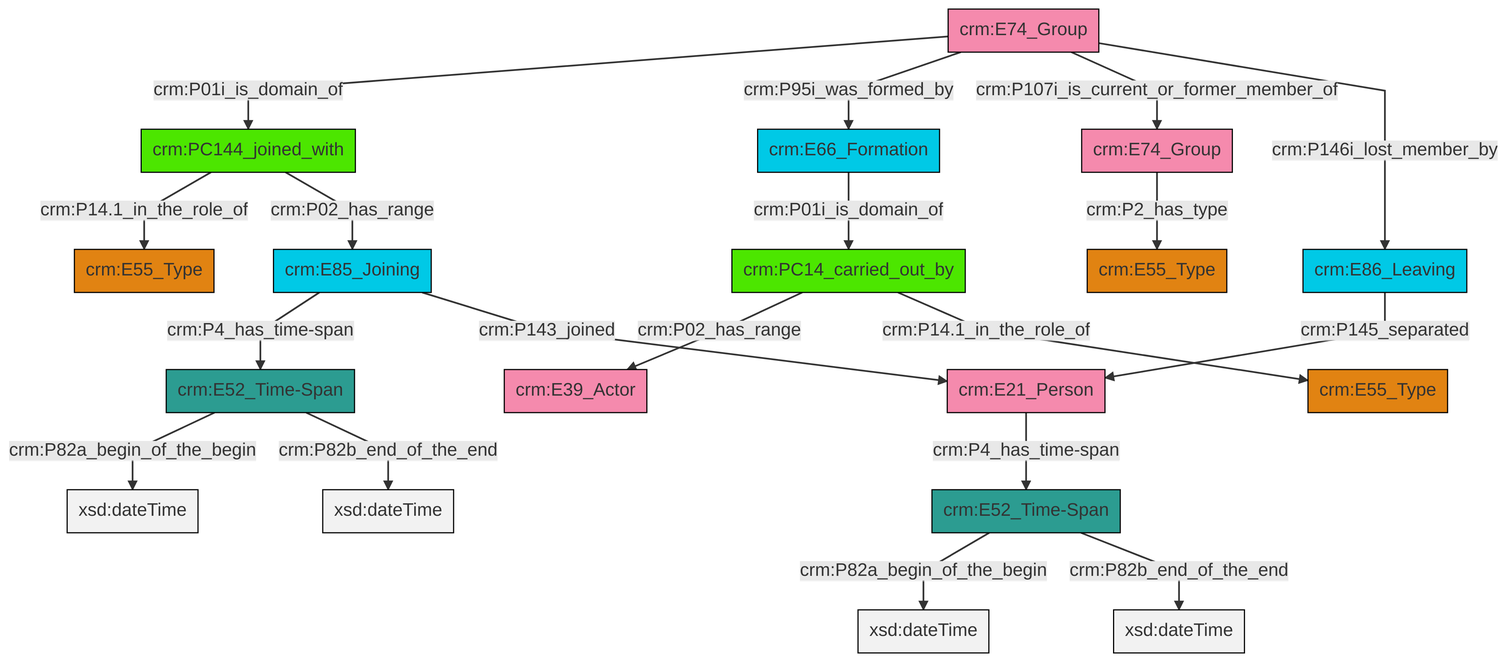
Before: et/groupCSV/ttl/mmd/png/group_actor_relations.png, a diagram exported from Mermaid (swiss-art-research-net/reference-data-models). Its source is kept beside it as et/groupCSV/ttl/mmd/group_actor_relations.ttl.mmd.
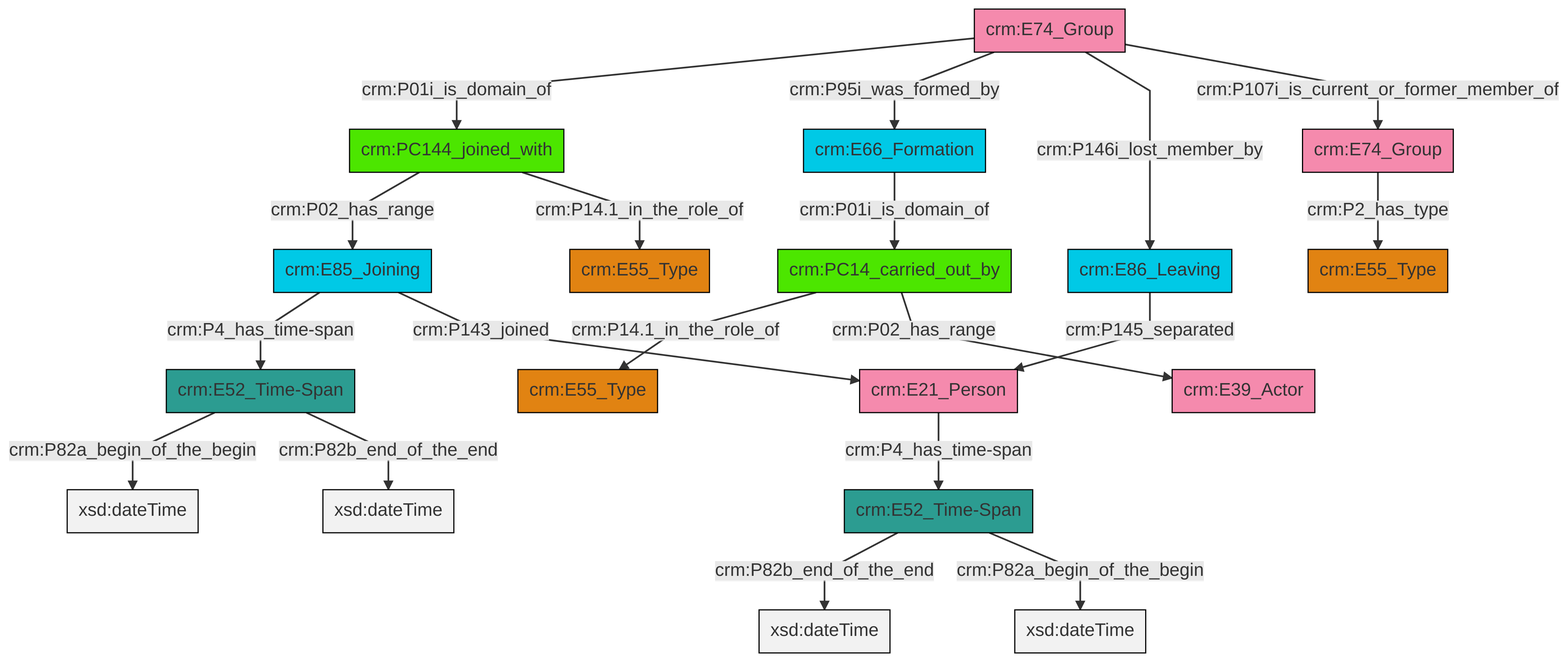
The same file after the commit.

Diff of the diagram source:
```diff
@@ -13,21 +13,21 @@
 classDef PC_Classes fill:#4ce600, stroke:#000000;
 classDef Multi fill:#cccccc,stroke:#000000;
 
-0["crm:E74_Group"]:::Actor -->|crm:P01i_is_domain_of| 1["crm:PC144_joined_with"]:::PC_Classes
-0["crm:E74_Group"]:::Actor -->|crm:P95i_was_formed_by| 4["crm:E66_Formation"]:::Temporal_Entity
-8["crm:PC14_carried_out_by"]:::PC_Classes -->|crm:P02_has_range| 5["crm:E39_Actor"]:::Actor
-12["crm:E52_Time-Span"]:::Time-Span -->|crm:P82a_begin_of_the_begin| 13[xsd:dateTime]:::Literal
-16["crm:E85_Joining"]:::Temporal_Entity -->|crm:P4_has_time-span| 12["crm:E52_Time-Span"]:::Time-Span
-0["crm:E74_Group"]:::Actor -->|crm:P107i_is_current_or_former_member_of| 19["crm:E74_Group"]:::Actor
-22["crm:E52_Time-Span"]:::Time-Span -->|crm:P82a_begin_of_the_begin| 23[xsd:dateTime]:::Literal
-16["crm:E85_Joining"]:::Temporal_Entity -->|crm:P143_joined| 17["crm:E21_Person"]:::Actor
-8["crm:PC14_carried_out_by"]:::PC_Classes -->|crm:P14.1_in_the_role_of| 14["crm:E55_Type"]:::Type
-10["crm:E86_Leaving"]:::Temporal_Entity -->|crm:P145_separated| 17["crm:E21_Person"]:::Actor
-1["crm:PC144_joined_with"]:::PC_Classes -->|crm:P14.1_in_the_role_of| 25["crm:E55_Type"]:::Type
-12["crm:E52_Time-Span"]:::Time-Span -->|crm:P82b_end_of_the_end| 28[xsd:dateTime]:::Literal
-17["crm:E21_Person"]:::Actor -->|crm:P4_has_time-span| 22["crm:E52_Time-Span"]:::Time-Span
-19["crm:E74_Group"]:::Actor -->|crm:P2_has_type| 2["crm:E55_Type"]:::Type
-1["crm:PC144_joined_with"]:::PC_Classes -->|crm:P02_has_range| 16["crm:E85_Joining"]:::Temporal_Entity
-22["crm:E52_Time-Span"]:::Time-Span -->|crm:P82b_end_of_the_end| 33[xsd:dateTime]:::Literal
-0["crm:E74_Group"]:::Actor -->|crm:P146i_lost_member_by| 10["crm:E86_Leaving"]:::Temporal_Entity
-4["crm:E66_Formation"]:::Temporal_Entity -->|crm:P01i_is_domain_of| 8["crm:PC14_carried_out_by"]:::PC_Classes
+4["crm:E52_Time-Span"]:::Time-Span -->|crm:P82a_begin_of_the_begin| 5[xsd:dateTime]:::Literal
+0["crm:E85_Joining"]:::Temporal_Entity -->|crm:P4_has_time-span| 4["crm:E52_Time-Span"]:::Time-Span
+0["crm:E85_Joining"]:::Temporal_Entity -->|crm:P143_joined| 10["crm:E21_Person"]:::Actor
+12["crm:E74_Group"]:::Actor -->|crm:P01i_is_domain_of| 15["crm:PC144_joined_with"]:::PC_Classes
+17["crm:E52_Time-Span"]:::Time-Span -->|crm:P82b_end_of_the_end| 18[xsd:dateTime]:::Literal
+12["crm:E74_Group"]:::Actor -->|crm:P95i_was_formed_by| 19["crm:E66_Formation"]:::Temporal_Entity
+4["crm:E52_Time-Span"]:::Time-Span -->|crm:P82b_end_of_the_end| 20[xsd:dateTime]:::Literal
+21["crm:PC14_carried_out_by"]:::PC_Classes -->|crm:P14.1_in_the_role_of| 8["crm:E55_Type"]:::Type
+6["crm:E74_Group"]:::Actor -->|crm:P2_has_type| 24["crm:E55_Type"]:::Type
+21["crm:PC14_carried_out_by"]:::PC_Classes -->|crm:P02_has_range| 26["crm:E39_Actor"]:::Actor
+2["crm:E86_Leaving"]:::Temporal_Entity -->|crm:P145_separated| 10["crm:E21_Person"]:::Actor
+19["crm:E66_Formation"]:::Temporal_Entity -->|crm:P01i_is_domain_of| 21["crm:PC14_carried_out_by"]:::PC_Classes
+15["crm:PC144_joined_with"]:::PC_Classes -->|crm:P02_has_range| 0["crm:E85_Joining"]:::Temporal_Entity
+15["crm:PC144_joined_with"]:::PC_Classes -->|crm:P14.1_in_the_role_of| 22["crm:E55_Type"]:::Type
+17["crm:E52_Time-Span"]:::Time-Span -->|crm:P82a_begin_of_the_begin| 30[xsd:dateTime]:::Literal
+12["crm:E74_Group"]:::Actor -->|crm:P146i_lost_member_by| 2["crm:E86_Leaving"]:::Temporal_Entity
+10["crm:E21_Person"]:::Actor -->|crm:P4_has_time-span| 17["crm:E52_Time-Span"]:::Time-Span
+12["crm:E74_Group"]:::Actor -->|crm:P107i_is_current_or_former_member_of| 6["crm:E74_Group"]:::Actor
```
